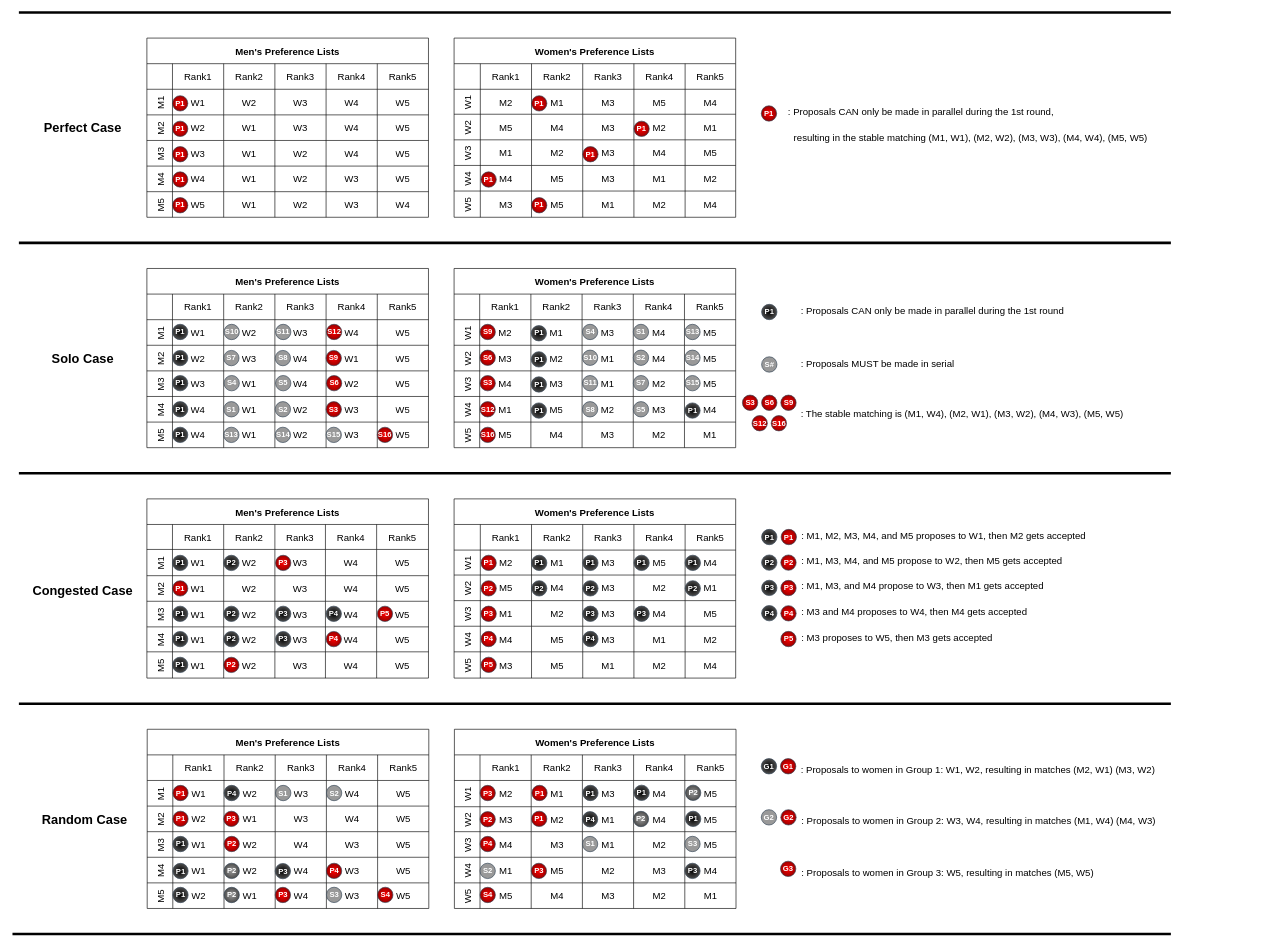
The draw.io diagram MoreWorkloads.drawio in victorliu-sq/BambooSMP-Figures, before the edit. Source tidied: cells renumbered, new cells numbered last; positions are measured from the earlier drawing's top-left corner, leaving out a move shared by most shapes. Both pictures are drawn from the tidied source at 64%, with x=0, y=0 at pixel (12, 12).
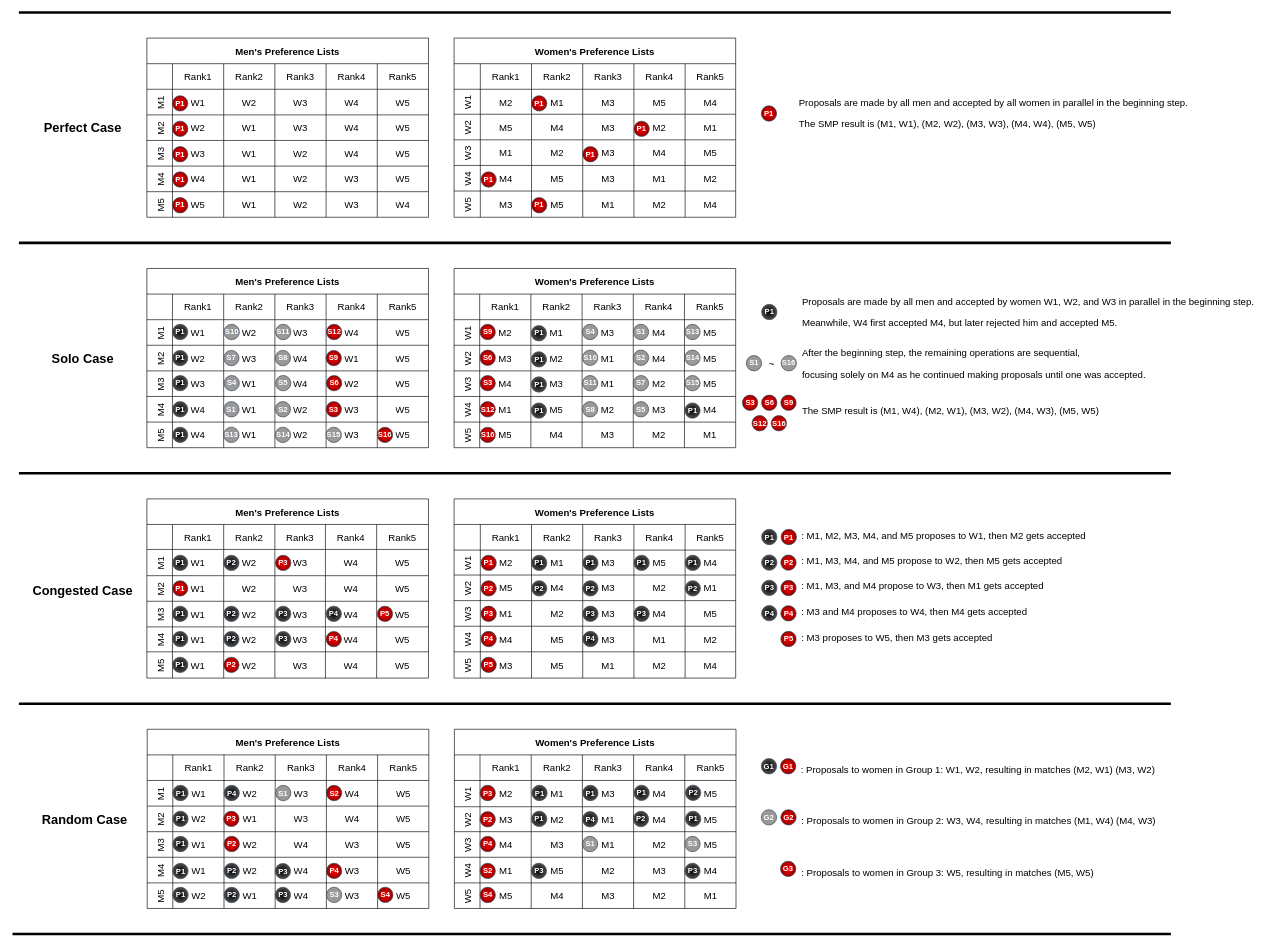
Above is the later version.

The edit, as a diff of the source:
```diff
@@
-    <mxCell id="319" value="&lt;h1 style=&quot;font-size: 15px;&quot;&gt;&lt;span style=&quot;font-size: 15px; font-weight: 400;&quot;&gt;: Proposals CAN only be made in parallel during the 1st round&lt;/span&gt;&lt;/h1&gt;" style="text;strokeColor=none;align=left;fillColor=none;html=1;verticalAlign=middle;whiteSpace=wrap;rounded=0;fontFamily=Helvetica;fontSize=15;fontColor=default;" parent="1" vertex="1">
-      <mxGeometry x="1230" y="450" width="440" height="30" as="geometry" />
+    <mxCell id="319" value="&lt;p style=&quot;&quot;&gt;&lt;span style=&quot;font-size: 15px; font-weight: 400;&quot;&gt;Proposals are made by all men and accepted by women W1, W2, and W3 in parallel in the beginning step.&amp;nbsp;&lt;/span&gt;&lt;/p&gt;&lt;p style=&quot;&quot;&gt;&lt;span style=&quot;font-size: 15px; font-weight: 400;&quot;&gt;Meanwhile, W4 first accepted M4, but later rejected him and accepted M5.&lt;/span&gt;&lt;/p&gt;" style="text;strokeColor=none;align=left;fillColor=none;html=1;verticalAlign=middle;whiteSpace=wrap;rounded=0;fontFamily=Helvetica;fontSize=15;fontColor=default;" parent="1" vertex="1">
+      <mxGeometry x="1231.5" y="435.5" width="740" height="64" as="geometry" />
     </mxCell>
-    <mxCell id="320" value="&lt;h1 style=&quot;font-size: 15px;&quot;&gt;&lt;span style=&quot;font-size: 15px; font-weight: 400;&quot;&gt;: Proposals MUST be made in serial&lt;/span&gt;&lt;/h1&gt;" style="text;strokeColor=none;align=left;fillColor=none;html=1;verticalAlign=middle;whiteSpace=wrap;rounded=0;fontFamily=Helvetica;fontSize=15;fontColor=default;" parent="1" vertex="1">
-      <mxGeometry x="1230" y="533" width="360" height="30" as="geometry" />
+    <mxCell id="320" value="&lt;p style=&quot;&quot;&gt;&lt;span style=&quot;font-size: 15px; font-weight: 400;&quot;&gt;After the beginning step, the remaining operations are sequential,&amp;nbsp;&lt;/span&gt;&lt;/p&gt;&lt;p style=&quot;&quot;&gt;&lt;span style=&quot;font-size: 15px; font-weight: 400;&quot;&gt;focusing solely on M4 as he continued making proposals until one was accepted.&amp;nbsp;&lt;/span&gt;&lt;/p&gt;" style="text;strokeColor=none;align=left;fillColor=none;html=1;verticalAlign=middle;whiteSpace=wrap;rounded=0;fontFamily=Helvetica;fontSize=15;fontColor=default;" parent="1" vertex="1">
+      <mxGeometry x="1231.5" y="520" width="680" height="57" as="geometry" />
     </mxCell>
@@
-    <mxCell id="401" value="P2" style="ellipse;whiteSpace=wrap;html=1;strokeColor=#314354;align=center;verticalAlign=middle;fontFamily=Helvetica;fontSize=12;fillColor=#999999;fontColor=#ffffff;gradientColor=#4D4D4D;gradientDirection=radial;fontStyle=1;" parent="1" vertex="1">
+    <mxCell id="401" value="P2" style="ellipse;whiteSpace=wrap;html=1;strokeColor=#314354;align=center;verticalAlign=middle;fontFamily=Helvetica;fontSize=12;fillColor=#000000;fontColor=#ffffff;gradientColor=#4D4D4D;gradientDirection=radial;fontStyle=1;" parent="1" vertex="1">
       <mxGeometry x="330.5" y="1329.3" width="24" height="24" as="geometry" />
     </mxCell>
@@
-    <mxCell id="403" value="P1" style="ellipse;whiteSpace=wrap;html=1;strokeColor=#314354;align=center;verticalAlign=middle;fontFamily=Helvetica;fontSize=12;fillColor=#FF0000;fontColor=#FFFFFF;strokeWidth=1;perimeterSpacing=1;gradientColor=#990000;gradientDirection=radial;fontStyle=1;fillStyle=solid;" parent="1" vertex="1">
+    <mxCell id="403" value="P1" style="ellipse;whiteSpace=wrap;html=1;strokeColor=#314354;align=center;verticalAlign=middle;fontFamily=Helvetica;fontSize=12;fillColor=#000000;fontColor=#ffffff;strokeWidth=1;perimeterSpacing=1;gradientColor=#4D4D4D;gradientDirection=radial;fontStyle=1;fillStyle=solid;" parent="1" vertex="1">
       <mxGeometry x="811.5" y="1207.5" width="24" height="24" as="geometry" />
     </mxCell>
@@
-    <mxCell id="406" value="P2" style="ellipse;whiteSpace=wrap;html=1;strokeColor=#314354;align=center;verticalAlign=middle;fontFamily=Helvetica;fontSize=12;fillColor=#999999;fontColor=#ffffff;strokeWidth=1;perimeterSpacing=1;gradientColor=#4D4D4D;gradientDirection=radial;fontStyle=1;" parent="1" vertex="1">
+    <mxCell id="406" value="P2" style="ellipse;whiteSpace=wrap;html=1;strokeColor=#314354;align=center;verticalAlign=middle;fontFamily=Helvetica;fontSize=12;fillColor=#000000;fontColor=#ffffff;strokeWidth=1;perimeterSpacing=1;gradientColor=#4D4D4D;gradientDirection=radial;fontStyle=1;" parent="1" vertex="1">
       <mxGeometry x="1051.5" y="1207.3" width="24" height="24" as="geometry" />
     </mxCell>
-    <mxCell id="407" value="P1" style="ellipse;whiteSpace=wrap;html=1;strokeColor=#314354;align=center;verticalAlign=middle;fontFamily=Helvetica;fontSize=12;fillColor=#FF0000;fontColor=#FFFFFF;strokeWidth=1;perimeterSpacing=1;gradientColor=#990000;gradientDirection=radial;fontStyle=1;fillStyle=solid;" parent="1" vertex="1">
+    <mxCell id="407" value="P1" style="ellipse;whiteSpace=wrap;html=1;strokeColor=#314354;align=center;verticalAlign=middle;fontFamily=Helvetica;fontSize=12;fillColor=#000000;fontColor=#ffffff;strokeWidth=1;perimeterSpacing=1;gradientColor=#4D4D4D;gradientDirection=radial;fontStyle=1;fillStyle=solid;" parent="1" vertex="1">
       <mxGeometry x="811" y="1248" width="24" height="24" as="geometry" />
     </mxCell>
@@
-    <mxCell id="411" value="S#" style="ellipse;whiteSpace=wrap;html=1;strokeColor=#314354;align=center;verticalAlign=middle;fontFamily=Helvetica;fontSize=12;fillColor=#999999;fontColor=#ffffff;fontStyle=1;" parent="1" vertex="1">
-      <mxGeometry x="1170.5" y="538" width="24" height="24" as="geometry" />
+    <mxCell id="411" value="S1" style="ellipse;whiteSpace=wrap;html=1;strokeColor=#314354;align=center;verticalAlign=middle;fontFamily=Helvetica;fontSize=12;fillColor=#999999;fontColor=#ffffff;fontStyle=1;" parent="1" vertex="1">
+      <mxGeometry x="1146.5" y="536" width="24" height="24" as="geometry" />
     </mxCell>
@@
-    <mxCell id="422" value="&lt;h1 style=&quot;font-size: 15px;&quot;&gt;&lt;span style=&quot;font-weight: 400;&quot;&gt;: Proposals CAN only be made in parallel during the 1st round,&lt;/span&gt;&lt;/h1&gt;" style="text;strokeColor=none;align=left;fillColor=none;html=1;verticalAlign=middle;whiteSpace=wrap;rounded=0;fontFamily=Helvetica;fontSize=15;fontColor=default;" parent="1" vertex="1">
-      <mxGeometry x="1209.5" y="139.8" width="439.5" height="30" as="geometry" />
+    <mxCell id="422" value="&lt;p style=&quot;&quot;&gt;&lt;span style=&quot;font-size: 15px; font-weight: 400;&quot;&gt;Proposals are made by all men and accepted by all women in parallel in the beginning step.&amp;nbsp;&lt;/span&gt;&lt;/p&gt;&lt;p style=&quot;&quot;&gt;The SMP result is&amp;nbsp;&lt;span style=&quot;font-size: 15px; background-color: initial; font-weight: normal;&quot;&gt;(M1, W1), (M2, W2), (M3, W3), (M4, W4), (M5, W5)&lt;/span&gt;&amp;nbsp;&lt;/p&gt;" style="text;strokeColor=none;align=left;fillColor=none;html=1;verticalAlign=middle;whiteSpace=wrap;rounded=0;fontFamily=Helvetica;fontSize=15;fontColor=default;" parent="1" vertex="1">
+      <mxGeometry x="1226.8" y="102.8" width="689.5" height="110" as="geometry" />
     </mxCell>
@@
-    <mxCell id="436" value="&lt;h1 style=&quot;font-size: 15px;&quot;&gt;&lt;span style=&quot;font-size: 15px; font-weight: 400;&quot;&gt;: The stable matching is&amp;nbsp;&lt;/span&gt;&lt;span style=&quot;font-weight: normal; font-size: 15px;&quot;&gt;&lt;font style=&quot;font-size: 15px;&quot;&gt;(M1, W4), (M2, W1), (M3, W2), (M4, W3), (M5, W5)&lt;/font&gt;&lt;/span&gt;&lt;/h1&gt;" style="text;strokeColor=none;align=left;fillColor=none;html=1;verticalAlign=middle;whiteSpace=wrap;rounded=0;fontFamily=Helvetica;fontSize=15;fontColor=default;" parent="1" vertex="1">
-      <mxGeometry x="1230" y="610.8" width="520" height="30" as="geometry" />
+    <mxCell id="436" value="&lt;p style=&quot;&quot;&gt;&lt;span style=&quot;font-size: 15px; font-weight: 400;&quot;&gt;The SMP result is&amp;nbsp;&lt;/span&gt;&lt;span style=&quot;font-size: 15px; font-weight: normal;&quot;&gt;&lt;font style=&quot;font-size: 15px;&quot;&gt;(M1, W4), (M2, W1), (M3, W2), (M4, W3), (M5, W5)&lt;/font&gt;&lt;/span&gt;&lt;/p&gt;" style="text;strokeColor=none;align=left;fillColor=none;html=1;verticalAlign=middle;whiteSpace=wrap;rounded=0;fontFamily=Helvetica;fontSize=15;fontColor=default;" parent="1" vertex="1">
+      <mxGeometry x="1231.5" y="607" width="520" height="30" as="geometry" />
     </mxCell>
-    <mxCell id="437" value="&lt;h1 style=&quot;font-size: 15px;&quot;&gt;&lt;span style=&quot;font-size: 15px; font-weight: 400;&quot;&gt;resulting in the stable matching&amp;nbsp;&lt;/span&gt;&lt;span style=&quot;font-weight: normal; font-size: 15px;&quot;&gt;&lt;font style=&quot;font-size: 15px;&quot;&gt;(M1, W1), (M2, W2), (M3, W3), (M4, W4), (M5, W5)&lt;/font&gt;&lt;/span&gt;&lt;/h1&gt;" style="text;strokeColor=none;align=left;fillColor=none;html=1;verticalAlign=middle;whiteSpace=wrap;rounded=0;fontFamily=Helvetica;fontSize=15;fontColor=default;" parent="1" vertex="1">
-      <mxGeometry x="1218.5" y="179.5" width="570.5" height="30" as="geometry" />
-    </mxCell>
-    <mxCell id="438" value="P2" style="ellipse;whiteSpace=wrap;html=1;strokeColor=#314354;align=center;verticalAlign=middle;fontFamily=Helvetica;fontSize=12;fillColor=#999999;fontColor=#ffffff;gradientColor=#4D4D4D;gradientDirection=radial;fontStyle=1;" parent="1" vertex="1">
+    <mxCell id="438" value="P2" style="ellipse;whiteSpace=wrap;html=1;strokeColor=#314354;align=center;verticalAlign=middle;fontFamily=Helvetica;fontSize=12;fillColor=#000000;fontColor=#ffffff;gradientColor=#4D4D4D;gradientDirection=radial;fontStyle=1;" parent="1" vertex="1">
       <mxGeometry x="330.5" y="1366.9" width="24" height="24" as="geometry" />
     </mxCell>
@@
-    <mxCell id="440" value="P2" style="ellipse;whiteSpace=wrap;html=1;strokeColor=#314354;align=center;verticalAlign=middle;fontFamily=Helvetica;fontSize=12;fillColor=#999999;fontColor=#ffffff;gradientColor=#4D4D4D;gradientDirection=radial;fontStyle=1;" parent="1" vertex="1">
+    <mxCell id="440" value="P2" style="ellipse;whiteSpace=wrap;html=1;strokeColor=#314354;align=center;verticalAlign=middle;fontFamily=Helvetica;fontSize=12;fillColor=#000000;fontColor=#ffffff;gradientColor=#4D4D4D;gradientDirection=radial;fontStyle=1;" parent="1" vertex="1">
       <mxGeometry x="970" y="1248.2" width="24" height="24" as="geometry" />
     </mxCell>
@@
-    <mxCell id="444" value="P3" style="ellipse;whiteSpace=wrap;html=1;strokeColor=#314354;align=center;verticalAlign=middle;fontFamily=Helvetica;fontSize=12;fillColor=#FF0000;fontColor=#FFFFFF;fillStyle=solid;strokeWidth=1;fontStyle=1;gradientColor=#990000;gradientDirection=radial;" parent="1" vertex="1">
+    <mxCell id="444" value="P3" style="ellipse;whiteSpace=wrap;html=1;strokeColor=#314354;align=center;verticalAlign=middle;fontFamily=Helvetica;fontSize=12;fillColor=#000000;fontColor=#ffffff;fillStyle=solid;strokeWidth=1;fontStyle=1;gradientColor=#4D4D4D;gradientDirection=radial;" parent="1" vertex="1">
       <mxGeometry x="410.5" y="1366.9" width="24" height="24" as="geometry" />
     </mxCell>
-    <mxCell id="445" value="P3" style="ellipse;whiteSpace=wrap;html=1;strokeColor=#314354;align=center;verticalAlign=middle;fontFamily=Helvetica;fontSize=12;fillColor=#FF0000;fontColor=#FFFFFF;fillStyle=solid;strokeWidth=1;fontStyle=1;gradientColor=#990000;gradientDirection=radial;" parent="1" vertex="1">
+    <mxCell id="445" value="P3" style="ellipse;whiteSpace=wrap;html=1;strokeColor=#314354;align=center;verticalAlign=middle;fontFamily=Helvetica;fontSize=12;fillColor=#000000;fontColor=#ffffff;fillStyle=solid;strokeWidth=1;fontStyle=1;gradientColor=#4D4D4D;gradientDirection=radial;" parent="1" vertex="1">
       <mxGeometry x="810.5" y="1329.3" width="24" height="24" as="geometry" />
     </mxCell>
@@
-    <mxCell id="448" value="P1" style="ellipse;whiteSpace=wrap;html=1;strokeColor=#314354;align=center;verticalAlign=middle;fontFamily=Helvetica;fontSize=12;fillColor=#FF0000;fontColor=#FFFFFF;strokeWidth=1;perimeterSpacing=1;gradientColor=#990000;gradientDirection=radial;fontStyle=1;fillStyle=solid;" parent="1" vertex="1">
+    <mxCell id="448" value="P1" style="ellipse;whiteSpace=wrap;html=1;strokeColor=#314354;align=center;verticalAlign=middle;fontFamily=Helvetica;fontSize=12;fillColor=#000000;fontColor=#ffffff;strokeWidth=1;perimeterSpacing=1;gradientColor=#4D4D4D;gradientDirection=radial;fontStyle=1;fillStyle=solid;" parent="1" vertex="1">
       <mxGeometry x="250.5" y="1207.6" width="24" height="24" as="geometry" />
     </mxCell>
-    <mxCell id="449" value="P1" style="ellipse;whiteSpace=wrap;html=1;strokeColor=#314354;align=center;verticalAlign=middle;fontFamily=Helvetica;fontSize=12;fillColor=#FF0000;fontColor=#FFFFFF;strokeWidth=1;perimeterSpacing=1;gradientColor=#990000;gradientDirection=radial;fontStyle=1;fillStyle=solid;" parent="1" vertex="1">
+    <mxCell id="449" value="P1" style="ellipse;whiteSpace=wrap;html=1;strokeColor=#314354;align=center;verticalAlign=middle;fontFamily=Helvetica;fontSize=12;fillColor=#000000;fontColor=#ffffff;strokeWidth=1;perimeterSpacing=1;gradientColor=#4D4D4D;gradientDirection=radial;fontStyle=1;fillStyle=solid;" parent="1" vertex="1">
       <mxGeometry x="250.5" y="1248" width="24" height="24" as="geometry" />
     </mxCell>
-    <mxCell id="450" value="S2" style="ellipse;whiteSpace=wrap;html=1;strokeColor=#314354;align=center;verticalAlign=middle;fontFamily=Helvetica;fontSize=12;fillColor=#999999;fontColor=#ffffff;fontStyle=1;" parent="1" vertex="1">
+    <mxCell id="450" value="S2" style="ellipse;whiteSpace=wrap;html=1;strokeColor=#314354;align=center;verticalAlign=middle;fontFamily=Helvetica;fontSize=12;fillColor=#FF0000;fontColor=#FFFFFF;fontStyle=1;fillStyle=solid;strokeWidth=1;gradientColor=#990000;gradientDirection=radial;" parent="1" vertex="1">
       <mxGeometry x="490.5" y="1207.6" width="24" height="24" as="geometry" />
     </mxCell>
@@
-    <mxCell id="454" value="S2" style="ellipse;whiteSpace=wrap;html=1;strokeColor=#314354;align=center;verticalAlign=middle;fontFamily=Helvetica;fontSize=12;fillColor=#999999;fontColor=#ffffff;fontStyle=1;" parent="1" vertex="1">
+    <mxCell id="454" value="S2" style="ellipse;whiteSpace=wrap;html=1;strokeColor=#314354;align=center;verticalAlign=middle;fontFamily=Helvetica;fontSize=12;fillColor=#FF0000;fontColor=#FFFFFF;fontStyle=1;fillStyle=solid;strokeWidth=1;gradientColor=#990000;gradientDirection=radial;" parent="1" vertex="1">
       <mxGeometry x="730.5" y="1329.3" width="24" height="24" as="geometry" />
     </mxCell>
@@
+    <mxCell id="458" value="S16" style="ellipse;whiteSpace=wrap;html=1;strokeColor=#314354;align=center;verticalAlign=middle;fontFamily=Helvetica;fontSize=12;fillColor=#999999;fontColor=#ffffff;fontStyle=1;" parent="1" vertex="1">
+      <mxGeometry x="1201" y="536" width="24" height="24" as="geometry" />
+    </mxCell>
+    <mxCell id="459" value="&lt;h1 style=&quot;font-size: 15px;&quot;&gt;&lt;span style=&quot;font-weight: 400;&quot;&gt;~&lt;/span&gt;&lt;/h1&gt;" style="text;strokeColor=none;align=left;fillColor=none;html=1;verticalAlign=middle;whiteSpace=wrap;rounded=0;fontFamily=Helvetica;fontSize=15;fontColor=default;" parent="1" vertex="1">
+      <mxGeometry x="1179.5" y="533" width="20" height="30" as="geometry" />
+    </mxCell>
```
